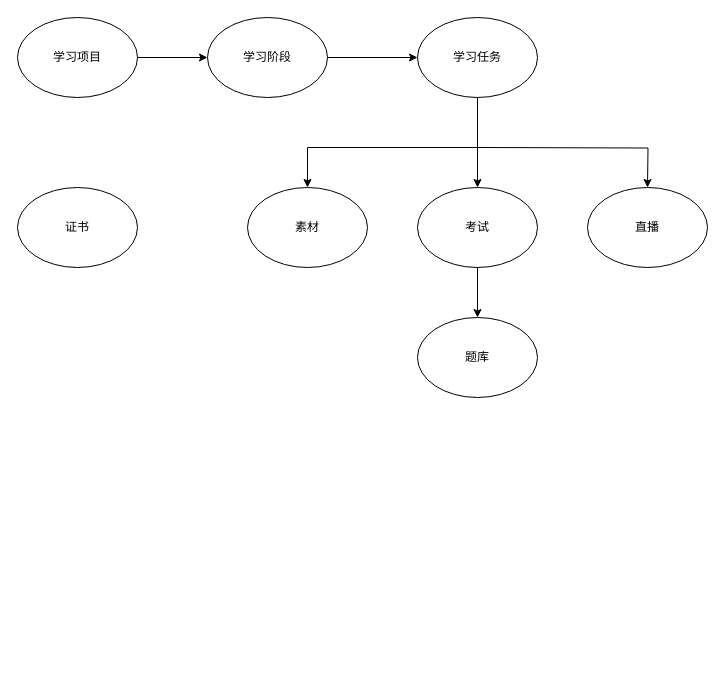
MAXAmbitious/designer keeps this draw.io diagram as 核心表关系.drawio. Above is the earlier version. Source tidied: cells renumbered, new cells numbered last; positions are measured from the earlier drawing's top-left corner, leaving out a move shared by most shapes. Both pictures are drawn from the tidied source at 100%, with x=0, y=0 at pixel (17, 17).
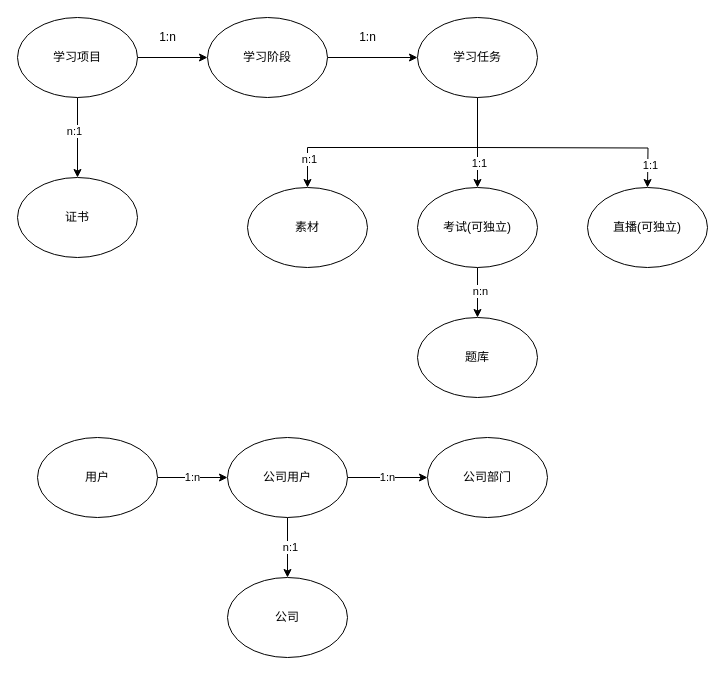
After the change.

Commit message (it also covers changes not shown here):
Update 核心表关系.drawio

Unchanged cells that the change refers to:
```xml
<mxCell id="3" value="学习项目" style="ellipse;whiteSpace=wrap;html=1;" parent="1" vertex="1">
  <mxGeometry width="120" height="80" as="geometry" />
</mxCell>
<mxCell id="7" style="edgeStyle=orthogonalEdgeStyle;rounded=0;jettySize=auto;html=1;" parent="1" edge="1" source="10" target="13">
  <mxGeometry relative="1" as="geometry" />
</mxCell>
<mxCell id="8" style="edgeStyle=orthogonalEdgeStyle;rounded=0;jettySize=auto;html=1;entryX=0.5;entryY=0;entryDx=0;entryDy=0;" parent="1" edge="1" source="10" target="11">
  <mxGeometry relative="1" as="geometry">
    <Array as="points">
      <mxPoint x="460" y="130" />
      <mxPoint x="290" y="130" />
    </Array>
  </mxGeometry>
</mxCell>
<mxCell id="9" style="edgeStyle=orthogonalEdgeStyle;rounded=0;orthogonalLoop=1;jettySize=auto;html=1;" parent="1" edge="1">
  <mxGeometry relative="1" as="geometry">
    <mxPoint x="460" y="130" as="sourcePoint" />
    <mxPoint x="630" y="170" as="targetPoint" />
  </mxGeometry>
</mxCell>
<mxCell id="12" style="edgeStyle=orthogonalEdgeStyle;rounded=0;jettySize=auto;html=1;" parent="1" edge="1" source="13" target="15">
  <mxGeometry relative="1" as="geometry" />
</mxCell>
```

Change to the diagram source:
```diff
@@
+    <mxCell id="16" style="edgeStyle=orthogonalEdgeStyle;rounded=0;jettySize=auto;html=1;" parent="1" edge="1" source="3" target="4">
+      <mxGeometry relative="1" as="geometry" />
+    </mxCell>
+    <mxCell id="17" value="n:1" style="edgeLabel;html=1;align=center;verticalAlign=middle;" parent="16" vertex="1">
+      <mxGeometry x="-0.17" y="-4" relative="1" as="geometry" />
+    </mxCell>
@@
     <mxCell id="4" value="证书" style="ellipse;whiteSpace=wrap;html=1;" parent="1" vertex="1">
-      <mxGeometry y="170" width="120" height="80" as="geometry" />
+      <mxGeometry y="160" width="120" height="80" as="geometry" />
     </mxCell>
@@
+    <mxCell id="18" value="1:1" style="edgeLabel;html=1;align=center;verticalAlign=middle;" parent="7" vertex="1">
+      <mxGeometry x="0.44" y="1" relative="1" as="geometry" />
+    </mxCell>
@@
+    <mxCell id="19" value="n:1" style="edgeLabel;html=1;align=center;verticalAlign=middle;" parent="8" vertex="1">
+      <mxGeometry x="0.78" y="1" relative="1" as="geometry" />
+    </mxCell>
@@
+    <mxCell id="20" value="1:1" style="edgeLabel;html=1;align=center;verticalAlign=middle;" parent="9" vertex="1">
+      <mxGeometry x="0.78" y="2" relative="1" as="geometry" />
+    </mxCell>
@@
+    <mxCell id="21" value="n:n" style="edgeLabel;html=1;align=center;verticalAlign=middle;" parent="12" vertex="1">
+      <mxGeometry x="-0.08" y="2" relative="1" as="geometry" />
+    </mxCell>
-    <mxCell id="13" value="考试" style="ellipse;whiteSpace=wrap;html=1;" parent="1" vertex="1">
+    <mxCell id="13" value="考试(可独立)" style="ellipse;whiteSpace=wrap;html=1;" parent="1" vertex="1">
       <mxGeometry x="400" y="170" width="120" height="80" as="geometry" />
     </mxCell>
-    <mxCell id="14" value="直播" style="ellipse;whiteSpace=wrap;html=1;" parent="1" vertex="1">
+    <mxCell id="14" value="直播(可独立)" style="ellipse;whiteSpace=wrap;html=1;" parent="1" vertex="1">
       <mxGeometry x="570" y="170" width="120" height="80" as="geometry" />
     </mxCell>
@@
+    <mxCell id="22" value="1:n" style="edgeStyle=orthogonalEdgeStyle;rounded=0;jettySize=auto;html=1;" parent="1" edge="1" source="23" target="29">
+      <mxGeometry relative="1" as="geometry" />
+    </mxCell>
+    <mxCell id="23" value="用户" style="ellipse;whiteSpace=wrap;html=1;" parent="1" vertex="1">
+      <mxGeometry x="20" y="420" width="120" height="80" as="geometry" />
+    </mxCell>
+    <mxCell id="24" value="公司" style="ellipse;whiteSpace=wrap;html=1;" parent="1" vertex="1">
+      <mxGeometry x="210" y="560" width="120" height="80" as="geometry" />
+    </mxCell>
+    <mxCell id="25" value="公司部门" style="ellipse;whiteSpace=wrap;html=1;" parent="1" vertex="1">
+      <mxGeometry x="410" y="420" width="120" height="80" as="geometry" />
+    </mxCell>
+    <mxCell id="26" value="1:n" style="edgeStyle=orthogonalEdgeStyle;rounded=0;jettySize=auto;html=1;" parent="1" edge="1" source="29" target="25">
+      <mxGeometry relative="1" as="geometry" />
+    </mxCell>
+    <mxCell id="27" style="edgeStyle=orthogonalEdgeStyle;rounded=0;jettySize=auto;html=1;" parent="1" edge="1" source="29" target="24">
+      <mxGeometry relative="1" as="geometry" />
+    </mxCell>
+    <mxCell id="28" value="n:1" style="edgeLabel;html=1;align=center;verticalAlign=middle;" parent="27" vertex="1">
+      <mxGeometry x="-0.05" y="2" relative="1" as="geometry" />
+    </mxCell>
+    <mxCell id="29" value="公司用户" style="ellipse;whiteSpace=wrap;html=1;" parent="1" vertex="1">
+      <mxGeometry x="210" y="420" width="120" height="80" as="geometry" />
+    </mxCell>
+    <mxCell id="30" value="1:n" style="text;html=1;align=center;verticalAlign=middle;" parent="1" vertex="1">
+      <mxGeometry x="135" y="10" width="30" height="20" as="geometry" />
+    </mxCell>
+    <mxCell id="31" value="1:n" style="text;html=1;align=center;verticalAlign=middle;" parent="1" vertex="1">
+      <mxGeometry x="335" y="10" width="30" height="20" as="geometry" />
+    </mxCell>
```
